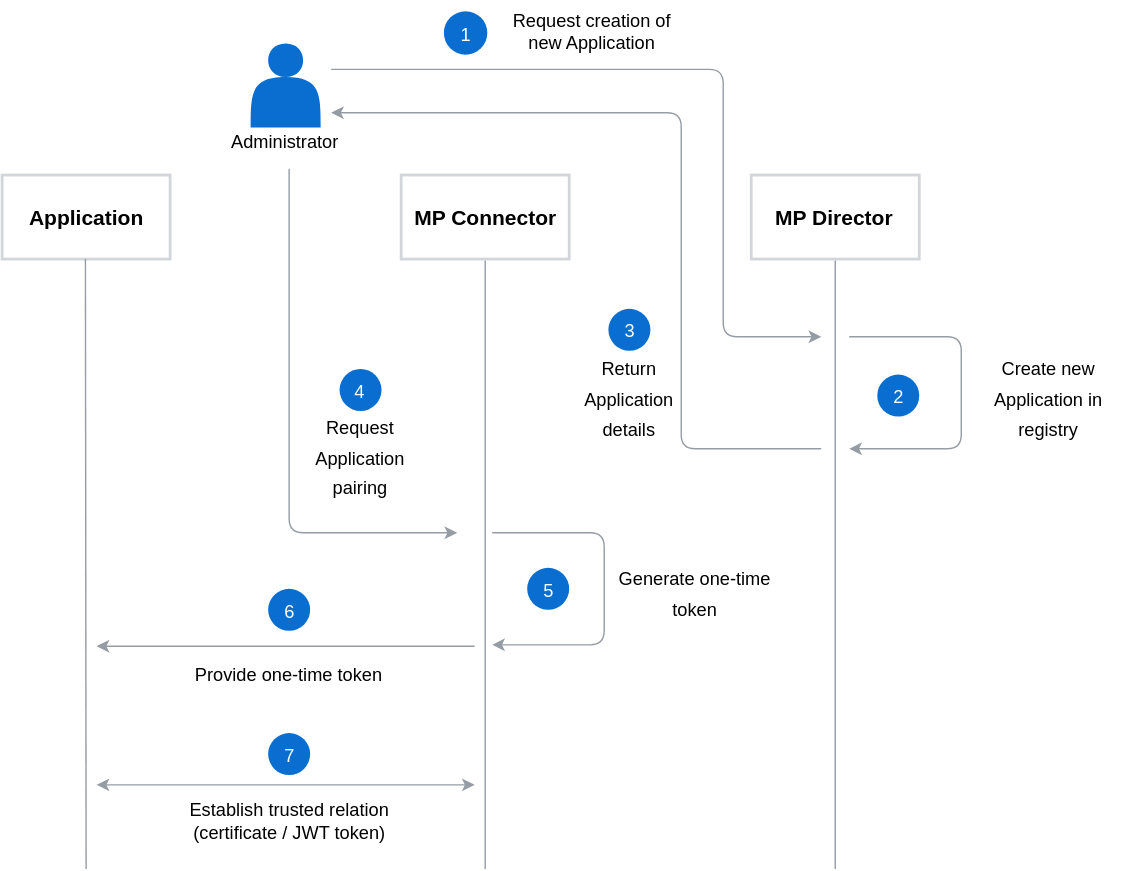
Above: docs/architecture/assets/app-pairing.svg in kyma-incubator/compass (draw.io), before the change. Source tidied: cells renumbered, new cells last; positions are measured from the earlier drawing's top-left corner, leaving out a move shared by most shapes. Source of this version:
```xml
<mxGraphModel background="#ffffff">
  <root>
    <mxCell id="0" />
    <mxCell id="1" parent="0" />
    <mxCell id="2" value="&lt;font style=&quot;font-size: 15px&quot;&gt;&lt;b&gt;Application&lt;br&gt;&lt;/b&gt;&lt;/font&gt;" style="rounded=0;whiteSpace=wrap;html=1;strokeColor=#D2D5D9;strokeWidth=2;fillColor=#ffffff;fontFamily=Helvetica;fontSize=18;fontColor=#000000;align=center;" parent="1" vertex="1">
      <mxGeometry y="117.5" width="120" height="60" as="geometry" />
    </mxCell>
    <mxCell id="3" value="&lt;font style=&quot;font-size: 15px&quot;&gt;&lt;b&gt;MP Connector&lt;br&gt;&lt;/b&gt;&lt;/font&gt;" style="rounded=0;whiteSpace=wrap;html=1;strokeColor=#D2D5D9;strokeWidth=2;fillColor=#ffffff;fontFamily=Helvetica;fontSize=18;fontColor=#000000;align=center;" parent="1" vertex="1">
      <mxGeometry x="285" y="117.5" width="120" height="60" as="geometry" />
    </mxCell>
    <mxCell id="4" style="shape=actor;whiteSpace=wrap;html=1;rounded=0;shadow=0;glass=0;comic=0;labelBackgroundColor=none;strokeColor=none;strokeWidth=1;fillColor=#0A6ED1;fontColor=none;" parent="1" vertex="1">
      <mxGeometry x="177.5" y="23.5" width="50" height="60" as="geometry" />
    </mxCell>
    <mxCell id="5" value="Administrator&lt;br style=&quot;font-size: 13px;&quot;&gt;" style="text;html=1;align=center;verticalAlign=middle;spacingTop=-4;fontColor=none;fontSize=13;" parent="1" vertex="1">
      <mxGeometry x="157.5" y="85.5" width="90" height="20" as="geometry" />
    </mxCell>
    <mxCell id="6" style="endArrow=none;html=1;labelBackgroundColor=none;strokeColor=#959CA4;strokeWidth=1;fillColor=#000000;fontFamily=Helvetica;fontSize=18;fontColor=#000000;entryX=0.5;entryY=1;entryDx=0;entryDy=0;" parent="1" edge="1">
      <mxGeometry relative="1" as="geometry">
        <mxPoint x="60" y="613" as="sourcePoint" />
        <mxPoint x="59.5" y="177.5" as="targetPoint" />
      </mxGeometry>
    </mxCell>
    <mxCell id="7" style="endArrow=none;html=1;labelBackgroundColor=none;strokeColor=#959CA4;strokeWidth=1;fillColor=#000000;fontFamily=Helvetica;fontSize=18;fontColor=#000000;entryX=0.5;entryY=1;entryDx=0;entryDy=0;" parent="1" edge="1">
      <mxGeometry relative="1" as="geometry">
        <mxPoint x="345" y="613" as="sourcePoint" />
        <mxPoint x="345" y="178.5" as="targetPoint" />
      </mxGeometry>
    </mxCell>
    <mxCell id="8" style="endArrow=classic;html=1;labelBackgroundColor=none;strokeColor=#959CA4;strokeWidth=1;fillColor=#000000;fontFamily=Helvetica;fontSize=18;fontColor=#000000;" parent="1" edge="1">
      <mxGeometry relative="1" as="geometry">
        <mxPoint x="235" y="42" as="sourcePoint" />
        <mxPoint x="585" y="233" as="targetPoint" />
        <Array as="points">
          <mxPoint x="515" y="42" />
          <mxPoint x="515" y="233" />
        </Array>
      </mxGeometry>
    </mxCell>
    <mxCell id="9" value="Request creation of new Application" style="text;html=1;strokeColor=none;fillColor=none;align=center;verticalAlign=middle;whiteSpace=wrap;rounded=0;fontFamily=Helvetica;fontSize=13;fontColor=#000000;" parent="1" vertex="1">
      <mxGeometry x="364" y="3.5" width="115" height="20" as="geometry" />
    </mxCell>
    <mxCell id="10" value="&lt;h3&gt;&lt;font color=&quot;#ffffff&quot; style=&quot;font-weight: normal ; font-size: 13px&quot;&gt;1&lt;/font&gt;&lt;/h3&gt;" style="ellipse;whiteSpace=wrap;html=1;rounded=0;shadow=0;glass=0;comic=0;labelBackgroundColor=none;strokeColor=none;strokeWidth=1;fillColor=#0A6ED1;gradientColor=none;fontSize=13;fontColor=none;align=center;verticalAlign=middle;" parent="1" vertex="1">
      <mxGeometry x="315" width="31" height="31" as="geometry" />
    </mxCell>
    <mxCell id="11" style="endArrow=classic;html=1;labelBackgroundColor=none;strokeColor=#959CA4;strokeWidth=1;fillColor=#000000;fontFamily=Helvetica;fontSize=18;fontColor=#000000;" parent="1" edge="1">
      <mxGeometry relative="1" as="geometry">
        <mxPoint x="350" y="373" as="sourcePoint" />
        <mxPoint x="350" y="453" as="targetPoint" />
        <Array as="points">
          <mxPoint x="430" y="373" />
          <mxPoint x="430" y="453" />
        </Array>
      </mxGeometry>
    </mxCell>
    <mxCell id="12" value="&lt;span style=&quot;font-size: 13px&quot;&gt;Generate one-time token&lt;/span&gt;&lt;br&gt;" style="text;html=1;strokeColor=none;fillColor=none;align=center;verticalAlign=middle;whiteSpace=wrap;rounded=0;fontFamily=Helvetica;fontSize=18;fontColor=#000000;" parent="1" vertex="1">
      <mxGeometry x="430" y="375" width="130" height="80" as="geometry" />
    </mxCell>
    <mxCell id="13" value="&lt;h3 style=&quot;text-align: center&quot;&gt;&lt;font style=&quot;font-weight: normal ; font-size: 13px&quot;&gt;5&lt;/font&gt;&lt;/h3&gt;" style="ellipse;html=1;rounded=0;shadow=0;glass=0;comic=0;labelBackgroundColor=none;strokeColor=none;strokeWidth=1;fillColor=#0A6ED1;gradientColor=none;fontSize=13;fontColor=#FFFFFF;align=center;verticalAlign=middle;horizontal=1;" parent="1" vertex="1">
      <mxGeometry x="375" y="398" width="30" height="30" as="geometry" />
    </mxCell>
    <mxCell id="14" style="endArrow=classic;html=1;labelBackgroundColor=none;strokeColor=#959CA4;strokeWidth=1;fillColor=#000000;fontFamily=Helvetica;fontSize=18;fontColor=#000000;" parent="1" edge="1">
      <mxGeometry relative="1" as="geometry">
        <mxPoint x="337.5" y="454" as="sourcePoint" />
        <mxPoint x="67.5" y="454" as="targetPoint" />
      </mxGeometry>
    </mxCell>
    <mxCell id="15" value="Provide one-time token" style="text;html=1;strokeColor=none;fillColor=none;align=center;verticalAlign=middle;whiteSpace=wrap;rounded=0;fontFamily=Helvetica;fontSize=13;fontColor=#000000;" parent="1" vertex="1">
      <mxGeometry x="115" y="463" width="180" height="20" as="geometry" />
    </mxCell>
    <mxCell id="16" value="&lt;h3 style=&quot;text-align: center&quot;&gt;&lt;font style=&quot;font-weight: normal ; font-size: 13px&quot;&gt;6&lt;/font&gt;&lt;/h3&gt;" style="ellipse;html=1;rounded=0;shadow=0;glass=0;comic=0;labelBackgroundColor=none;strokeColor=none;strokeWidth=1;fillColor=#0A6ED1;gradientColor=none;fontSize=13;fontColor=#FFFFFF;align=center;verticalAlign=middle;horizontal=1;" parent="1" vertex="1">
      <mxGeometry x="190" y="413" width="30" height="30" as="geometry" />
    </mxCell>
    <mxCell id="17" style="endArrow=classic;html=1;labelBackgroundColor=none;strokeColor=#959CA4;strokeWidth=1;fillColor=#000000;fontFamily=Helvetica;fontSize=18;fontColor=#000000;startArrow=classic;startFill=1;" parent="1" edge="1">
      <mxGeometry relative="1" as="geometry">
        <mxPoint x="67.5" y="553" as="sourcePoint" />
        <mxPoint x="337.5" y="553" as="targetPoint" />
      </mxGeometry>
    </mxCell>
    <mxCell id="18" value="Establish trusted relation (certificate / JWT token)" style="text;html=1;strokeColor=none;fillColor=none;align=center;verticalAlign=middle;whiteSpace=wrap;rounded=0;fontFamily=Helvetica;fontSize=13;fontColor=#000000;" parent="1" vertex="1">
      <mxGeometry x="107.5" y="568" width="195" height="20" as="geometry" />
    </mxCell>
    <mxCell id="19" value="&lt;h3 style=&quot;text-align: center&quot;&gt;&lt;font style=&quot;font-weight: normal ; font-size: 13px&quot;&gt;7&lt;/font&gt;&lt;/h3&gt;" style="ellipse;html=1;rounded=0;shadow=0;glass=0;comic=0;labelBackgroundColor=none;strokeColor=none;strokeWidth=1;fillColor=#0A6ED1;gradientColor=none;fontSize=13;fontColor=#FFFFFF;align=center;verticalAlign=middle;horizontal=1;" parent="1" vertex="1">
      <mxGeometry x="190" y="515.5" width="30" height="30" as="geometry" />
    </mxCell>
    <mxCell id="20" value="&lt;font style=&quot;font-size: 15px&quot;&gt;&lt;b&gt;MP Director&lt;br&gt;&lt;/b&gt;&lt;/font&gt;" style="rounded=0;whiteSpace=wrap;html=1;strokeColor=#D2D5D9;strokeWidth=2;fillColor=#ffffff;fontFamily=Helvetica;fontSize=18;fontColor=#000000;align=center;" parent="1" vertex="1">
      <mxGeometry x="535" y="117.5" width="120" height="60" as="geometry" />
    </mxCell>
    <mxCell id="21" style="endArrow=none;html=1;labelBackgroundColor=none;strokeColor=#959CA4;strokeWidth=1;fillColor=#000000;fontFamily=Helvetica;fontSize=18;fontColor=#000000;entryX=0.5;entryY=1;entryDx=0;entryDy=0;" parent="1" edge="1">
      <mxGeometry relative="1" as="geometry">
        <mxPoint x="595" y="613" as="sourcePoint" />
        <mxPoint x="595" y="178.5" as="targetPoint" />
      </mxGeometry>
    </mxCell>
    <mxCell id="22" style="endArrow=classic;html=1;labelBackgroundColor=none;strokeColor=#959CA4;strokeWidth=1;fillColor=#000000;fontFamily=Helvetica;fontSize=18;fontColor=#000000;" parent="1" edge="1">
      <mxGeometry relative="1" as="geometry">
        <mxPoint x="605" y="233" as="sourcePoint" />
        <mxPoint x="605" y="313" as="targetPoint" />
        <Array as="points">
          <mxPoint x="685" y="233" />
          <mxPoint x="685" y="313" />
        </Array>
      </mxGeometry>
    </mxCell>
    <mxCell id="23" value="&lt;span style=&quot;font-size: 13px&quot;&gt;Create new Application in registry&lt;/span&gt;&lt;br&gt;" style="text;html=1;strokeColor=none;fillColor=none;align=center;verticalAlign=middle;whiteSpace=wrap;rounded=0;fontFamily=Helvetica;fontSize=18;fontColor=#000000;" parent="1" vertex="1">
      <mxGeometry x="685" y="235" width="125" height="80" as="geometry" />
    </mxCell>
    <mxCell id="24" value="&lt;h3 style=&quot;text-align: center&quot;&gt;&lt;font style=&quot;font-weight: normal ; font-size: 13px&quot;&gt;2&lt;/font&gt;&lt;/h3&gt;" style="ellipse;html=1;rounded=0;shadow=0;glass=0;comic=0;labelBackgroundColor=none;strokeColor=none;strokeWidth=1;fillColor=#0A6ED1;gradientColor=none;fontSize=13;fontColor=#FFFFFF;align=center;verticalAlign=middle;horizontal=1;" parent="1" vertex="1">
      <mxGeometry x="625" y="260" width="30" height="30" as="geometry" />
    </mxCell>
    <mxCell id="25" style="endArrow=classic;html=1;labelBackgroundColor=none;strokeColor=#959CA4;strokeWidth=1;fillColor=#000000;fontFamily=Helvetica;fontSize=18;fontColor=#000000;" parent="1" edge="1">
      <mxGeometry relative="1" as="geometry">
        <mxPoint x="585" y="313" as="sourcePoint" />
        <mxPoint x="235" y="73" as="targetPoint" />
        <Array as="points">
          <mxPoint x="485" y="313" />
          <mxPoint x="485" y="73" />
        </Array>
      </mxGeometry>
    </mxCell>
    <mxCell id="26" value="&lt;span style=&quot;font-size: 13px&quot;&gt;Return Application details&lt;/span&gt;&lt;br&gt;" style="text;html=1;strokeColor=none;fillColor=none;align=center;verticalAlign=middle;whiteSpace=wrap;rounded=0;fontFamily=Helvetica;fontSize=18;fontColor=#000000;" parent="1" vertex="1">
      <mxGeometry x="401" y="235" width="94" height="80" as="geometry" />
    </mxCell>
    <mxCell id="27" value="&lt;h3 style=&quot;text-align: center&quot;&gt;&lt;font style=&quot;font-weight: normal ; font-size: 13px&quot;&gt;3&lt;/font&gt;&lt;/h3&gt;" style="ellipse;html=1;rounded=0;shadow=0;glass=0;comic=0;labelBackgroundColor=none;strokeColor=none;strokeWidth=1;fillColor=#0A6ED1;gradientColor=none;fontSize=13;fontColor=#FFFFFF;align=center;verticalAlign=middle;horizontal=1;" parent="1" vertex="1">
      <mxGeometry x="433" y="213" width="30" height="30" as="geometry" />
    </mxCell>
    <mxCell id="28" style="endArrow=classic;html=1;labelBackgroundColor=none;strokeColor=#959CA4;strokeWidth=1;fillColor=#000000;fontFamily=Helvetica;fontSize=18;fontColor=#000000;" parent="1" edge="1">
      <mxGeometry relative="1" as="geometry">
        <mxPoint x="205" y="113" as="sourcePoint" />
        <mxPoint x="325" y="373" as="targetPoint" />
        <Array as="points">
          <mxPoint x="205" y="373" />
        </Array>
      </mxGeometry>
    </mxCell>
    <mxCell id="29" value="&lt;span style=&quot;font-size: 13px&quot;&gt;Request Application pairing&lt;/span&gt;&lt;br&gt;" style="text;html=1;strokeColor=none;fillColor=none;align=center;verticalAlign=middle;whiteSpace=wrap;rounded=0;fontFamily=Helvetica;fontSize=18;fontColor=#000000;" parent="1" vertex="1">
      <mxGeometry x="208.5" y="277.5" width="94" height="80" as="geometry" />
    </mxCell>
    <mxCell id="30" value="&lt;h3 style=&quot;text-align: center&quot;&gt;&lt;font style=&quot;font-weight: normal ; font-size: 13px&quot;&gt;4&lt;/font&gt;&lt;/h3&gt;" style="ellipse;html=1;rounded=0;shadow=0;glass=0;comic=0;labelBackgroundColor=none;strokeColor=none;strokeWidth=1;fillColor=#0A6ED1;gradientColor=none;fontSize=13;fontColor=#FFFFFF;align=center;verticalAlign=middle;horizontal=1;" parent="1" vertex="1">
      <mxGeometry x="240.5" y="255.5" width="30" height="30" as="geometry" />
    </mxCell>
  </root>
</mxGraphModel>
```
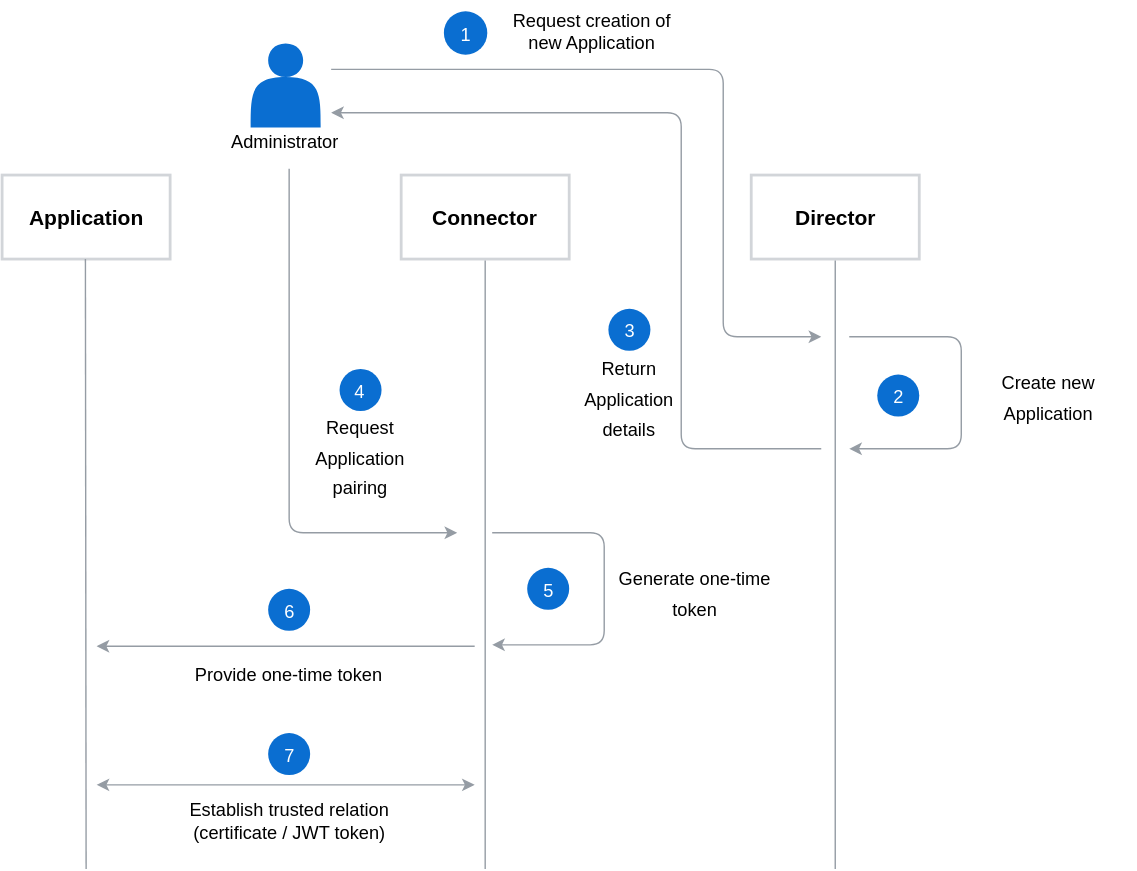
Later version of the same file.

The edit, as a diff of the source:
```diff
@@ -5,7 +5,7 @@
     <mxCell id="2" value="&lt;font style=&quot;font-size: 15px&quot;&gt;&lt;b&gt;Application&lt;br&gt;&lt;/b&gt;&lt;/font&gt;" style="rounded=0;whiteSpace=wrap;html=1;strokeColor=#D2D5D9;strokeWidth=2;fillColor=#ffffff;fontFamily=Helvetica;fontSize=18;fontColor=#000000;align=center;" parent="1" vertex="1">
       <mxGeometry y="117.5" width="120" height="60" as="geometry" />
     </mxCell>
-    <mxCell id="3" value="&lt;font style=&quot;font-size: 15px&quot;&gt;&lt;b&gt;MP Connector&lt;br&gt;&lt;/b&gt;&lt;/font&gt;" style="rounded=0;whiteSpace=wrap;html=1;strokeColor=#D2D5D9;strokeWidth=2;fillColor=#ffffff;fontFamily=Helvetica;fontSize=18;fontColor=#000000;align=center;" parent="1" vertex="1">
+    <mxCell id="3" value="&lt;font style=&quot;font-size: 15px&quot;&gt;&lt;b&gt;Connector&lt;br&gt;&lt;/b&gt;&lt;/font&gt;" style="rounded=0;whiteSpace=wrap;html=1;strokeColor=#D2D5D9;strokeWidth=2;fillColor=#ffffff;fontFamily=Helvetica;fontSize=18;fontColor=#000000;align=center;" parent="1" vertex="1">
       <mxGeometry x="285" y="117.5" width="120" height="60" as="geometry" />
     </mxCell>
     <mxCell id="4" style="shape=actor;whiteSpace=wrap;html=1;rounded=0;shadow=0;glass=0;comic=0;labelBackgroundColor=none;strokeColor=none;strokeWidth=1;fillColor=#0A6ED1;fontColor=none;" parent="1" vertex="1">
@@ -82,7 +82,7 @@
     <mxCell id="19" value="&lt;h3 style=&quot;text-align: center&quot;&gt;&lt;font style=&quot;font-weight: normal ; font-size: 13px&quot;&gt;7&lt;/font&gt;&lt;/h3&gt;" style="ellipse;html=1;rounded=0;shadow=0;glass=0;comic=0;labelBackgroundColor=none;strokeColor=none;strokeWidth=1;fillColor=#0A6ED1;gradientColor=none;fontSize=13;fontColor=#FFFFFF;align=center;verticalAlign=middle;horizontal=1;" parent="1" vertex="1">
       <mxGeometry x="190" y="515.5" width="30" height="30" as="geometry" />
     </mxCell>
-    <mxCell id="20" value="&lt;font style=&quot;font-size: 15px&quot;&gt;&lt;b&gt;MP Director&lt;br&gt;&lt;/b&gt;&lt;/font&gt;" style="rounded=0;whiteSpace=wrap;html=1;strokeColor=#D2D5D9;strokeWidth=2;fillColor=#ffffff;fontFamily=Helvetica;fontSize=18;fontColor=#000000;align=center;" parent="1" vertex="1">
+    <mxCell id="20" value="&lt;font style=&quot;font-size: 15px&quot;&gt;&lt;b&gt;Director&lt;br&gt;&lt;/b&gt;&lt;/font&gt;" style="rounded=0;whiteSpace=wrap;html=1;strokeColor=#D2D5D9;strokeWidth=2;fillColor=#ffffff;fontFamily=Helvetica;fontSize=18;fontColor=#000000;align=center;" parent="1" vertex="1">
       <mxGeometry x="535" y="117.5" width="120" height="60" as="geometry" />
     </mxCell>
     <mxCell id="21" style="endArrow=none;html=1;labelBackgroundColor=none;strokeColor=#959CA4;strokeWidth=1;fillColor=#000000;fontFamily=Helvetica;fontSize=18;fontColor=#000000;entryX=0.5;entryY=1;entryDx=0;entryDy=0;" parent="1" edge="1">
@@ -101,7 +101,7 @@
         </Array>
       </mxGeometry>
     </mxCell>
-    <mxCell id="23" value="&lt;span style=&quot;font-size: 13px&quot;&gt;Create new Application in registry&lt;/span&gt;&lt;br&gt;" style="text;html=1;strokeColor=none;fillColor=none;align=center;verticalAlign=middle;whiteSpace=wrap;rounded=0;fontFamily=Helvetica;fontSize=18;fontColor=#000000;" parent="1" vertex="1">
+    <mxCell id="23" value="&lt;span style=&quot;font-size: 13px&quot;&gt;Create new Application&lt;/span&gt;&lt;br&gt;" style="text;html=1;strokeColor=none;fillColor=none;align=center;verticalAlign=middle;whiteSpace=wrap;rounded=0;fontFamily=Helvetica;fontSize=18;fontColor=#000000;" parent="1" vertex="1">
       <mxGeometry x="685" y="235" width="125" height="80" as="geometry" />
     </mxCell>
     <mxCell id="24" value="&lt;h3 style=&quot;text-align: center&quot;&gt;&lt;font style=&quot;font-weight: normal ; font-size: 13px&quot;&gt;2&lt;/font&gt;&lt;/h3&gt;" style="ellipse;html=1;rounded=0;shadow=0;glass=0;comic=0;labelBackgroundColor=none;strokeColor=none;strokeWidth=1;fillColor=#0A6ED1;gradientColor=none;fontSize=13;fontColor=#FFFFFF;align=center;verticalAlign=middle;horizontal=1;" parent="1" vertex="1">
```
